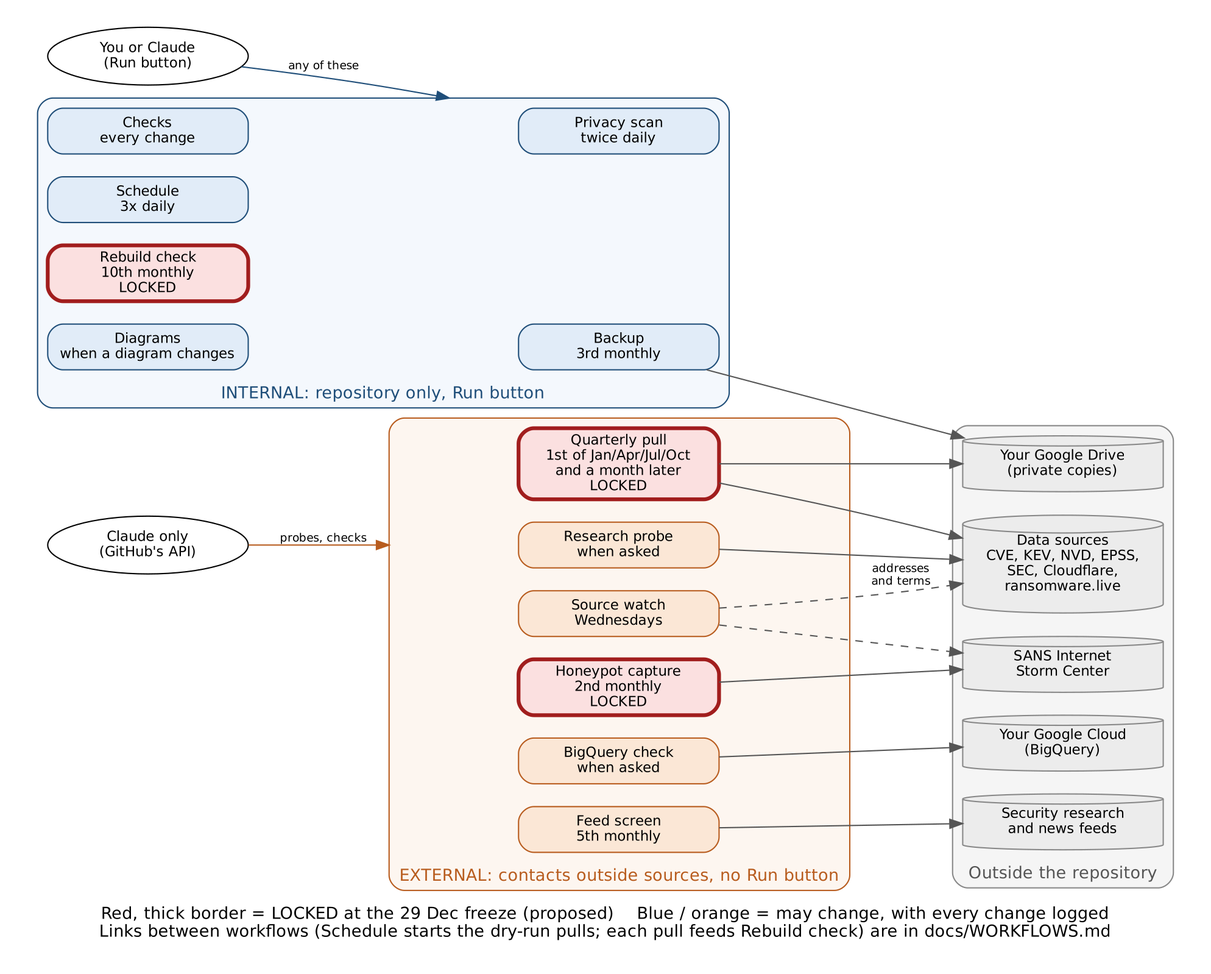
Above: docs/diagrams/workflow_runs.png in pagagne/internet-security-snapshot (Graphviz), before the change. Its source is kept beside it as docs/diagrams/workflow_runs.dot.
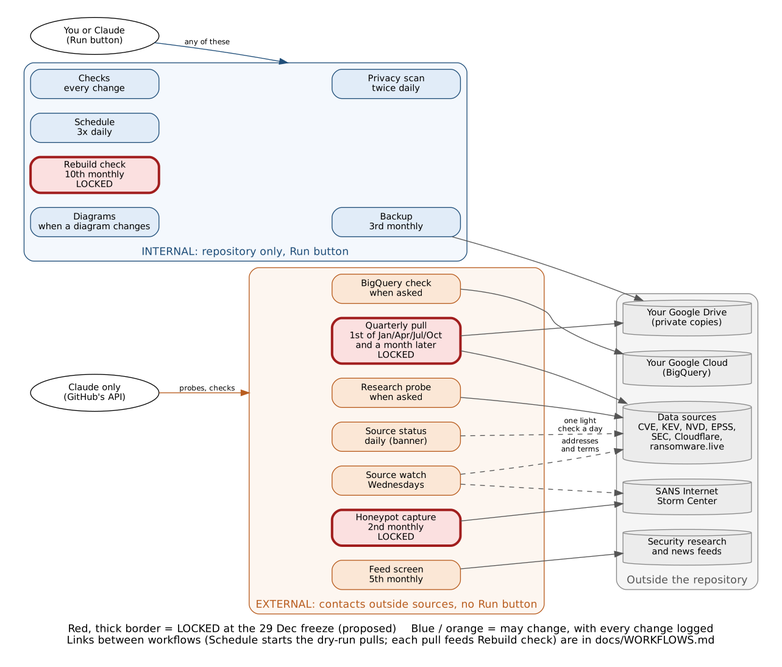
The same file after the commit.

Commit message:
Sync review 2 Nov: Source status in the run diagram, SOP watchdog note, diagram stamps, README APNIC row

Change to the diagram source:
```diff
@@ -28,6 +28,7 @@
     bq    [label="BigQuery check\nwhen asked"];
     feeds [label="Feed screen\n5th monthly"];
     watch [label="Source watch\nWednesdays"];
+    status [label="Source status\ndaily (banner)"];
   }
 
   subgraph cluster_out {
@@ -44,5 +45,5 @@
     { rank=same; sources; sans; gcp; drive; news; }
   you -> privacy [lhead=cluster_int, color="#1f4e79", label="any of these"];
   claude -> probe [lhead=cluster_ext, color="#b85c1e", label="probes, checks"];
-  pull -> sources; pull -> drive; probe -> sources; honey -> sans; bq -> gcp; backup -> drive; feeds -> news; watch -> sources [style=dashed, label="addresses\nand terms"]; watch -> sans [style=dashed];
+  pull -> sources; pull -> drive; probe -> sources; honey -> sans; bq -> gcp; backup -> drive; feeds -> news; watch -> sources [style=dashed, label="addresses\nand terms"]; watch -> sans [style=dashed]; status -> sources [style=dashed, label="one light\ncheck a day"];
 }
```
